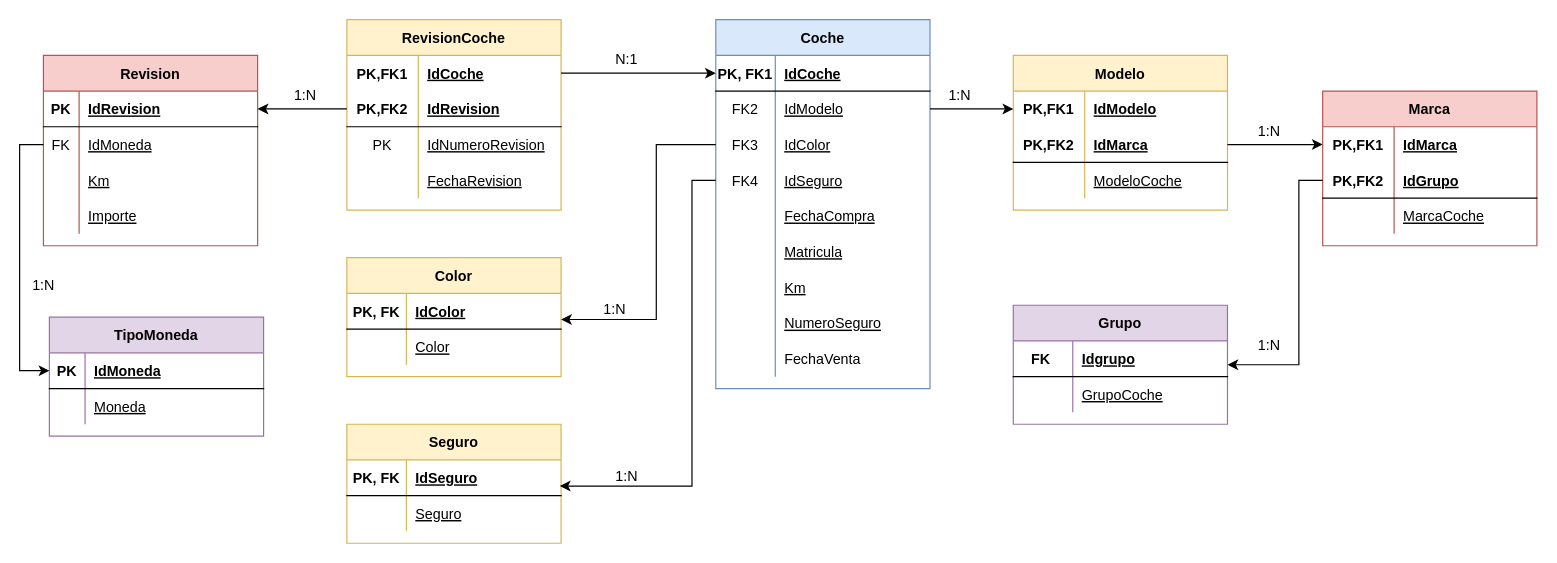
Before: BD11ModeladoSQL/Diagrama.drawio in marcossalafranca/KeepCodingBDML11-, a draw.io diagram. Source tidied: cells renumbered, new cells numbered last; positions are measured from the earlier drawing's top-left corner, leaving out a move shared by most shapes. Both pictures are drawn from the tidied source at 119%, with x=0, y=0 at pixel (25, 19).
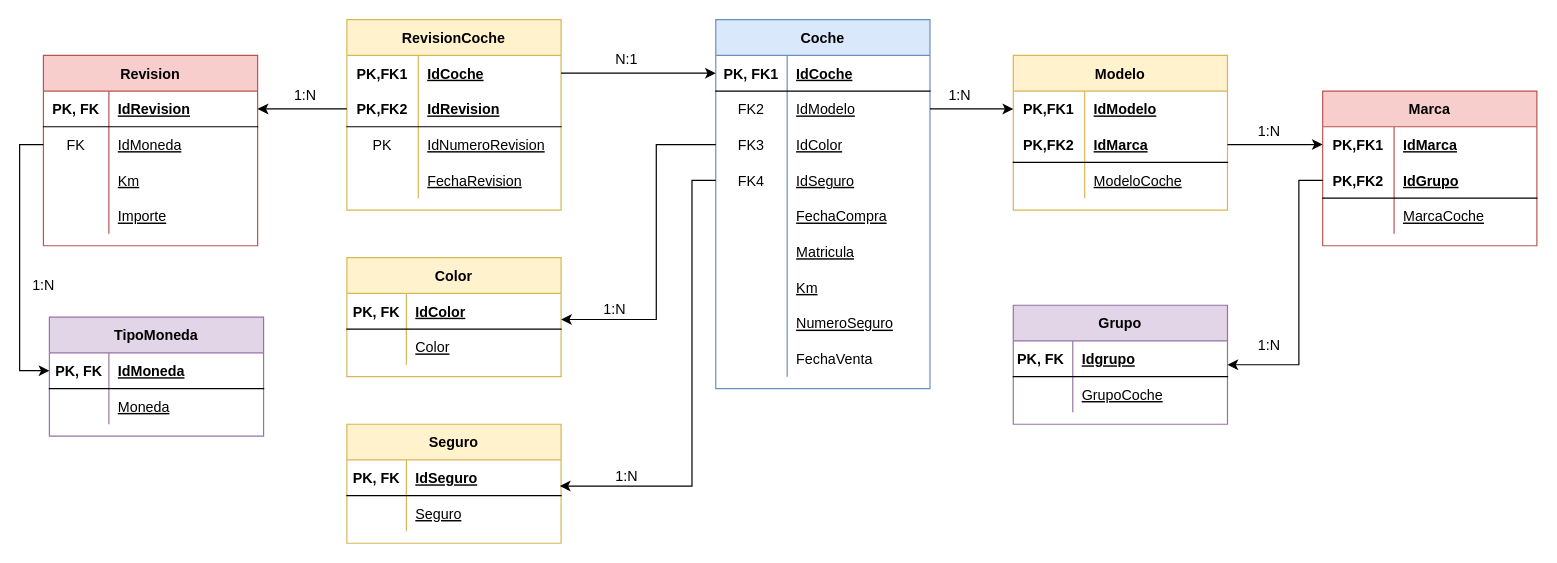
After the change.

Unchanged cells that the change refers to:
```xml
<mxCell id="3" style="shape=tableRow;horizontal=0;startSize=0;swimlaneHead=0;swimlaneBody=0;fillColor=none;top=0;left=0;right=0;bottom=1;" parent="2" vertex="1">
  <mxGeometry y="30" width="180" height="30" as="geometry" />
</mxCell>
<mxCell id="32" style="shape=tableRow;horizontal=0;startSize=0;swimlaneHead=0;swimlaneBody=0;fillColor=none;points=[[0,0.5],[1,0.5]];portConstraint=eastwest;top=0;left=0;right=0;bottom=1;" parent="31" vertex="1">
  <mxGeometry y="30" width="180" height="30" as="geometry" />
</mxCell>
<mxCell id="35" style="shape=tableRow;horizontal=0;startSize=0;swimlaneHead=0;swimlaneBody=0;fillColor=none;points=[[0,0.5],[1,0.5]];portConstraint=eastwest;top=0;left=0;right=0;bottom=0;" parent="31" vertex="1">
  <mxGeometry y="60" width="180" height="30" as="geometry" />
</mxCell>
<mxCell id="38" style="shape=tableRow;horizontal=0;startSize=0;swimlaneHead=0;swimlaneBody=0;fillColor=none;points=[[0,0.5],[1,0.5]];portConstraint=eastwest;top=0;left=0;right=0;bottom=0;" parent="31" vertex="1">
  <mxGeometry y="90" width="180" height="30" as="geometry" />
</mxCell>
<mxCell id="41" style="shape=tableRow;horizontal=0;startSize=0;swimlaneHead=0;swimlaneBody=0;fillColor=none;points=[[0,0.5],[1,0.5]];portConstraint=eastwest;top=0;left=0;right=0;bottom=0;" parent="31" vertex="1">
  <mxGeometry y="120" width="180" height="30" as="geometry" />
</mxCell>
<mxCell id="44" style="shape=tableRow;horizontal=0;startSize=0;swimlaneHead=0;swimlaneBody=0;fillColor=none;top=0;left=0;right=0;bottom=0;" parent="31" vertex="1">
  <mxGeometry y="150" width="180" height="30" as="geometry" />
</mxCell>
<mxCell id="47" style="shape=tableRow;horizontal=0;startSize=0;swimlaneHead=0;swimlaneBody=0;fillColor=none;top=0;left=0;right=0;bottom=0;" parent="31" vertex="1">
  <mxGeometry y="180" width="180" height="30" as="geometry" />
</mxCell>
<mxCell id="50" style="shape=tableRow;horizontal=0;startSize=0;swimlaneHead=0;swimlaneBody=0;fillColor=none;top=0;left=0;right=0;bottom=0;" parent="31" vertex="1">
  <mxGeometry y="210" width="180" height="30" as="geometry" />
</mxCell>
<mxCell id="53" style="shape=tableRow;horizontal=0;startSize=0;swimlaneHead=0;swimlaneBody=0;fillColor=none;top=0;left=0;right=0;bottom=0;" parent="31" vertex="1">
  <mxGeometry y="240" width="180" height="30" as="geometry" />
</mxCell>
<mxCell id="56" style="shape=tableRow;horizontal=0;startSize=0;swimlaneHead=0;swimlaneBody=0;fillColor=none;top=0;left=0;right=0;bottom=0;" parent="31" vertex="1">
  <mxGeometry y="270" width="180" height="30" as="geometry" />
</mxCell>
<mxCell id="91" style="shape=tableRow;horizontal=0;startSize=0;swimlaneHead=0;swimlaneBody=0;fillColor=none;points=[[0,0.5],[1,0.5]];portConstraint=eastwest;top=0;left=0;right=0;bottom=1;" parent="90" vertex="1">
  <mxGeometry y="30" width="180" height="30" as="geometry" />
</mxCell>
<mxCell id="94" style="shape=tableRow;horizontal=0;startSize=0;swimlaneHead=0;swimlaneBody=0;fillColor=none;points=[[0,0.5],[1,0.5]];portConstraint=eastwest;top=0;left=0;right=0;bottom=0;" parent="90" vertex="1">
  <mxGeometry y="60" width="180" height="30" as="geometry" />
</mxCell>
<mxCell id="97" style="shape=tableRow;horizontal=0;startSize=0;swimlaneHead=0;swimlaneBody=0;fillColor=none;top=0;left=0;right=0;bottom=0;" parent="90" vertex="1">
  <mxGeometry y="90" width="180" height="30" as="geometry" />
</mxCell>
<mxCell id="100" style="shape=tableRow;horizontal=0;startSize=0;swimlaneHead=0;swimlaneBody=0;fillColor=none;top=0;left=0;right=0;bottom=0;" parent="90" vertex="1">
  <mxGeometry y="120" width="180" height="30" as="geometry" />
</mxCell>
<mxCell id="105" style="shape=tableRow;horizontal=0;startSize=0;swimlaneHead=0;swimlaneBody=0;fillColor=none;points=[[0,0.5],[1,0.5]];portConstraint=eastwest;top=0;left=0;right=0;bottom=1;" parent="104" vertex="1">
  <mxGeometry y="30" width="180" height="30" as="geometry" />
</mxCell>
<mxCell id="108" style="shape=tableRow;horizontal=0;startSize=0;swimlaneHead=0;swimlaneBody=0;fillColor=none;top=0;left=0;right=0;bottom=0;" parent="104" vertex="1">
  <mxGeometry y="60" width="180" height="30" as="geometry" />
</mxCell>
```

Change to the diagram source:
```diff
@@
-    <mxCell id="4" value="FK " style="shape=partialRectangle;fillColor=none;top=0;left=0;bottom=0;right=0;fontStyle=1;overflow=hidden;" parent="3" vertex="1">
+    <mxCell id="4" value="PK, FK " style="shape=partialRectangle;fillColor=none;top=0;left=0;bottom=0;right=0;fontStyle=1;overflow=hidden;" parent="3" vertex="1">
       <mxGeometry width="50" height="30" as="geometry" />
     </mxCell>
@@
     <mxCell id="33" value="PK, FK1" style="shape=partialRectangle;fillColor=none;top=0;left=0;bottom=0;right=0;fontStyle=1;overflow=hidden;" parent="32" vertex="1">
-      <mxGeometry width="50" height="30" as="geometry" />
+      <mxGeometry width="60" height="30" as="geometry" />
     </mxCell>
     <mxCell id="34" value="IdCoche" style="shape=partialRectangle;fillColor=none;top=0;left=0;bottom=0;right=0;align=left;spacingLeft=6;fontStyle=5;overflow=hidden;" parent="32" vertex="1">
-      <mxGeometry x="50" width="130" height="30" as="geometry" />
+      <mxGeometry x="60" width="120" height="30" as="geometry" />
     </mxCell>
@@
     <mxCell id="36" value="FK2" style="shape=partialRectangle;fillColor=none;top=0;left=0;bottom=0;right=0;overflow=hidden;" parent="35" vertex="1">
-      <mxGeometry width="50" height="30" as="geometry" />
+      <mxGeometry width="60" height="30" as="geometry" />
     </mxCell>
     <mxCell id="37" value="IdModelo" style="shape=partialRectangle;fillColor=none;top=0;left=0;bottom=0;right=0;align=left;spacingLeft=6;overflow=hidden;fontStyle=4;" parent="35" vertex="1">
-      <mxGeometry x="50" width="130" height="30" as="geometry" />
+      <mxGeometry x="60" width="120" height="30" as="geometry" />
     </mxCell>
@@
     <mxCell id="39" value="FK3" style="shape=partialRectangle;fillColor=none;top=0;left=0;bottom=0;right=0;overflow=hidden;" parent="38" vertex="1">
-      <mxGeometry width="50" height="30" as="geometry" />
+      <mxGeometry width="60" height="30" as="geometry" />
     </mxCell>
     <mxCell id="40" value="IdColor" style="shape=partialRectangle;fillColor=none;top=0;left=0;bottom=0;right=0;align=left;spacingLeft=6;overflow=hidden;fontStyle=4;" parent="38" vertex="1">
-      <mxGeometry x="50" width="130" height="30" as="geometry" />
+      <mxGeometry x="60" width="120" height="30" as="geometry" />
     </mxCell>
@@
     <mxCell id="42" value="FK4" style="shape=partialRectangle;fillColor=none;top=0;left=0;bottom=0;right=0;overflow=hidden;" parent="41" vertex="1">
-      <mxGeometry width="50" height="30" as="geometry" />
+      <mxGeometry width="60" height="30" as="geometry" />
     </mxCell>
     <mxCell id="43" value="IdSeguro" style="shape=partialRectangle;fillColor=none;top=0;left=0;bottom=0;right=0;align=left;spacingLeft=6;overflow=hidden;fontStyle=4;" parent="41" vertex="1">
-      <mxGeometry x="50" width="130" height="30" as="geometry" />
+      <mxGeometry x="60" width="120" height="30" as="geometry" />
     </mxCell>
@@
     <mxCell id="45" style="shape=partialRectangle;fillColor=none;top=0;left=0;bottom=0;right=0;overflow=hidden;" parent="44" vertex="1">
-      <mxGeometry width="50" height="30" as="geometry" />
+      <mxGeometry width="60" height="30" as="geometry" />
     </mxCell>
     <mxCell id="46" value="FechaCompra" style="shape=partialRectangle;fillColor=none;top=0;left=0;bottom=0;right=0;align=left;spacingLeft=6;overflow=hidden;fontStyle=4;" parent="44" vertex="1">
-      <mxGeometry x="50" width="130" height="30" as="geometry" />
+      <mxGeometry x="60" width="120" height="30" as="geometry" />
     </mxCell>
@@
     <mxCell id="48" style="shape=partialRectangle;fillColor=none;top=0;left=0;bottom=0;right=0;overflow=hidden;" parent="47" vertex="1">
-      <mxGeometry width="50" height="30" as="geometry" />
+      <mxGeometry width="60" height="30" as="geometry" />
     </mxCell>
     <mxCell id="49" value="Matricula" style="shape=partialRectangle;fillColor=none;top=0;left=0;bottom=0;right=0;align=left;spacingLeft=6;overflow=hidden;fontStyle=4;" parent="47" vertex="1">
-      <mxGeometry x="50" width="130" height="30" as="geometry" />
+      <mxGeometry x="60" width="120" height="30" as="geometry" />
     </mxCell>
@@
     <mxCell id="51" style="shape=partialRectangle;fillColor=none;top=0;left=0;bottom=0;right=0;overflow=hidden;" parent="50" vertex="1">
-      <mxGeometry width="50" height="30" as="geometry" />
+      <mxGeometry width="60" height="30" as="geometry" />
     </mxCell>
     <mxCell id="52" value="Km" style="shape=partialRectangle;fillColor=none;top=0;left=0;bottom=0;right=0;align=left;spacingLeft=6;overflow=hidden;fontStyle=4;" parent="50" vertex="1">
-      <mxGeometry x="50" width="130" height="30" as="geometry" />
+      <mxGeometry x="60" width="120" height="30" as="geometry" />
     </mxCell>
@@
     <mxCell id="54" style="shape=partialRectangle;fillColor=none;top=0;left=0;bottom=0;right=0;overflow=hidden;" parent="53" vertex="1">
-      <mxGeometry width="50" height="30" as="geometry" />
+      <mxGeometry width="60" height="30" as="geometry" />
     </mxCell>
     <mxCell id="55" value="NumeroSeguro" style="shape=partialRectangle;fillColor=none;top=0;left=0;bottom=0;right=0;align=left;spacingLeft=6;overflow=hidden;fontStyle=4;" parent="53" vertex="1">
-      <mxGeometry x="50" width="130" height="30" as="geometry" />
+      <mxGeometry x="60" width="120" height="30" as="geometry" />
     </mxCell>
@@
     <mxCell id="57" style="shape=partialRectangle;fillColor=none;top=0;left=0;bottom=0;right=0;overflow=hidden;" parent="56" vertex="1">
-      <mxGeometry width="50" height="30" as="geometry" />
+      <mxGeometry width="60" height="30" as="geometry" />
     </mxCell>
     <mxCell id="58" value="FechaVenta" style="shape=partialRectangle;fillColor=none;top=0;left=0;bottom=0;right=0;align=left;spacingLeft=6;overflow=hidden;" parent="56" vertex="1">
-      <mxGeometry x="50" width="130" height="30" as="geometry" />
+      <mxGeometry x="60" width="120" height="30" as="geometry" />
     </mxCell>
@@
-    <mxCell id="92" value="PK" style="shape=partialRectangle;fillColor=none;top=0;left=0;bottom=0;right=0;fontStyle=1;overflow=hidden;" parent="91" vertex="1">
-      <mxGeometry width="30" height="30" as="geometry" />
+    <mxCell id="92" value="PK, FK" style="shape=partialRectangle;fillColor=none;top=0;left=0;bottom=0;right=0;fontStyle=1;overflow=hidden;" parent="91" vertex="1">
+      <mxGeometry width="55" height="30" as="geometry" />
     </mxCell>
     <mxCell id="93" value="IdRevision" style="shape=partialRectangle;fillColor=none;top=0;left=0;bottom=0;right=0;align=left;spacingLeft=6;fontStyle=5;overflow=hidden;" parent="91" vertex="1">
-      <mxGeometry x="30" width="150" height="30" as="geometry" />
+      <mxGeometry x="55" width="125" height="30" as="geometry" />
     </mxCell>
@@
     <mxCell id="95" value="FK" style="shape=partialRectangle;fillColor=none;top=0;left=0;bottom=0;right=0;overflow=hidden;" parent="94" vertex="1">
-      <mxGeometry width="30" height="30" as="geometry" />
+      <mxGeometry width="55" height="30" as="geometry" />
     </mxCell>
     <mxCell id="96" value="IdMoneda" style="shape=partialRectangle;fillColor=none;top=0;left=0;bottom=0;right=0;align=left;spacingLeft=6;overflow=hidden;fontStyle=4;" parent="94" vertex="1">
-      <mxGeometry x="30" width="150" height="30" as="geometry" />
+      <mxGeometry x="55" width="125" height="30" as="geometry" />
     </mxCell>
@@
     <mxCell id="98" style="shape=partialRectangle;fillColor=none;top=0;left=0;bottom=0;right=0;overflow=hidden;" parent="97" vertex="1">
-      <mxGeometry width="30" height="30" as="geometry" />
+      <mxGeometry width="55" height="30" as="geometry" />
     </mxCell>
     <mxCell id="99" value="Km" style="shape=partialRectangle;fillColor=none;top=0;left=0;bottom=0;right=0;align=left;spacingLeft=6;overflow=hidden;fontStyle=4;" parent="97" vertex="1">
-      <mxGeometry x="30" width="150" height="30" as="geometry" />
+      <mxGeometry x="55" width="125" height="30" as="geometry" />
     </mxCell>
@@
     <mxCell id="101" style="shape=partialRectangle;fillColor=none;top=0;left=0;bottom=0;right=0;overflow=hidden;" parent="100" vertex="1">
-      <mxGeometry width="30" height="30" as="geometry" />
+      <mxGeometry width="55" height="30" as="geometry" />
     </mxCell>
     <mxCell id="102" value="Importe" style="shape=partialRectangle;fillColor=none;top=0;left=0;bottom=0;right=0;align=left;spacingLeft=6;overflow=hidden;fontStyle=4;" parent="100" vertex="1">
-      <mxGeometry x="30" width="150" height="30" as="geometry" />
+      <mxGeometry x="55" width="125" height="30" as="geometry" />
     </mxCell>
@@
-    <mxCell id="106" value="PK" style="shape=partialRectangle;fillColor=none;top=0;left=0;bottom=0;right=0;fontStyle=1;overflow=hidden;" parent="105" vertex="1">
-      <mxGeometry width="30" height="30" as="geometry" />
+    <mxCell id="106" value="PK, FK" style="shape=partialRectangle;fillColor=none;top=0;left=0;bottom=0;right=0;fontStyle=1;overflow=hidden;" parent="105" vertex="1">
+      <mxGeometry width="50" height="30" as="geometry" />
     </mxCell>
     <mxCell id="107" value="IdMoneda" style="shape=partialRectangle;fillColor=none;top=0;left=0;bottom=0;right=0;align=left;spacingLeft=6;fontStyle=5;overflow=hidden;" parent="105" vertex="1">
-      <mxGeometry x="30" width="150" height="30" as="geometry" />
+      <mxGeometry x="50" width="130" height="30" as="geometry" />
     </mxCell>
@@
     <mxCell id="109" style="shape=partialRectangle;fillColor=none;top=0;left=0;bottom=0;right=0;overflow=hidden;" parent="108" vertex="1">
-      <mxGeometry width="30" height="30" as="geometry" />
+      <mxGeometry width="50" height="30" as="geometry" />
     </mxCell>
     <mxCell id="110" value="Moneda" style="shape=partialRectangle;fillColor=none;top=0;left=0;bottom=0;right=0;align=left;spacingLeft=6;overflow=hidden;fontStyle=4;" parent="108" vertex="1">
-      <mxGeometry x="30" width="150" height="30" as="geometry" />
+      <mxGeometry x="50" width="130" height="30" as="geometry" />
     </mxCell>
```
